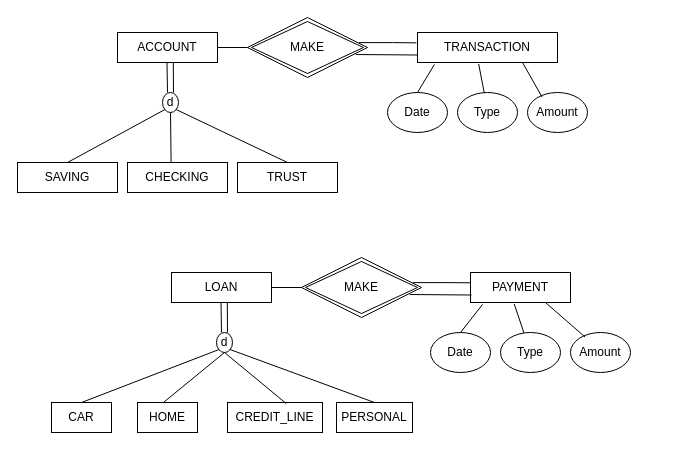
This is page "Q1-CHEN" (3 of 9) of DBDESIGN-ASS1.drawio from nurezzajeslin/week3, a draw.io file, before an edit. Source tidied: cells renumbered, new cells numbered last; positions are measured from the earlier drawing's top-left corner, leaving out a move shared by most shapes. Both pictures are drawn from the tidied source at 100%, with x=0, y=0 at pixel (17, 17).
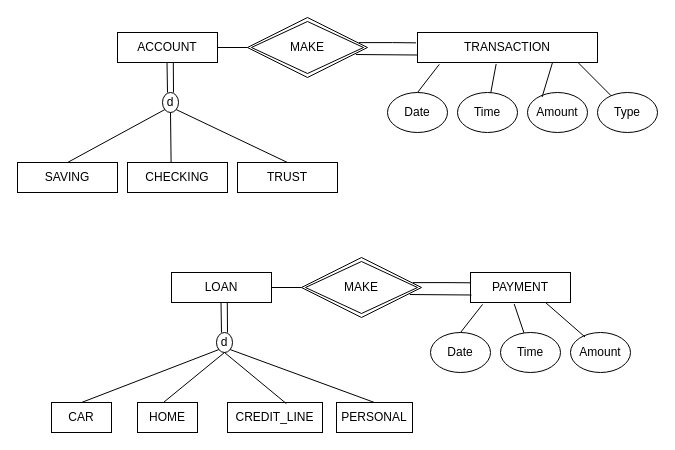
After the change.

Diff of the diagram source:
```diff
@@
-    <mxCell id="26" value="Type" style="ellipse;whiteSpace=wrap;html=1;align=center;fontSize=12;strokeWidth=1;" parent="1" vertex="1">
+    <mxCell id="26" value="Time" style="ellipse;whiteSpace=wrap;html=1;align=center;fontSize=12;strokeWidth=1;" parent="1" vertex="1">
       <mxGeometry x="483" y="315" width="60" height="40" as="geometry" />
     </mxCell>
@@
     <mxCell id="31" value="TRANSACTION" style="whiteSpace=wrap;html=1;align=center;fontSize=12;strokeWidth=1;" parent="1" vertex="1">
-      <mxGeometry x="400" y="15" width="140" height="30" as="geometry" />
+      <mxGeometry x="400" y="15" width="180" height="30" as="geometry" />
     </mxCell>
@@
-    <mxCell id="33" value="Type" style="ellipse;whiteSpace=wrap;html=1;align=center;fontSize=12;strokeWidth=1;" parent="1" vertex="1">
+    <mxCell id="33" value="Time" style="ellipse;whiteSpace=wrap;html=1;align=center;fontSize=12;strokeWidth=1;" parent="1" vertex="1">
       <mxGeometry x="440" y="75" width="60" height="40" as="geometry" />
     </mxCell>
@@
+    <mxCell id="46" value="Type" style="ellipse;whiteSpace=wrap;html=1;align=center;fontSize=12;strokeWidth=1;" parent="1" vertex="1">
+      <mxGeometry x="580" y="75" width="60" height="40" as="geometry" />
+    </mxCell>
+    <mxCell id="47" style="endArrow=none;html=1;rounded=0;fontSize=12;entryX=0.895;entryY=1.02;entryDx=0;entryDy=0;entryPerimeter=0;" parent="1" edge="1" source="46" target="31">
+      <mxGeometry relative="1" as="geometry" />
+    </mxCell>
```
